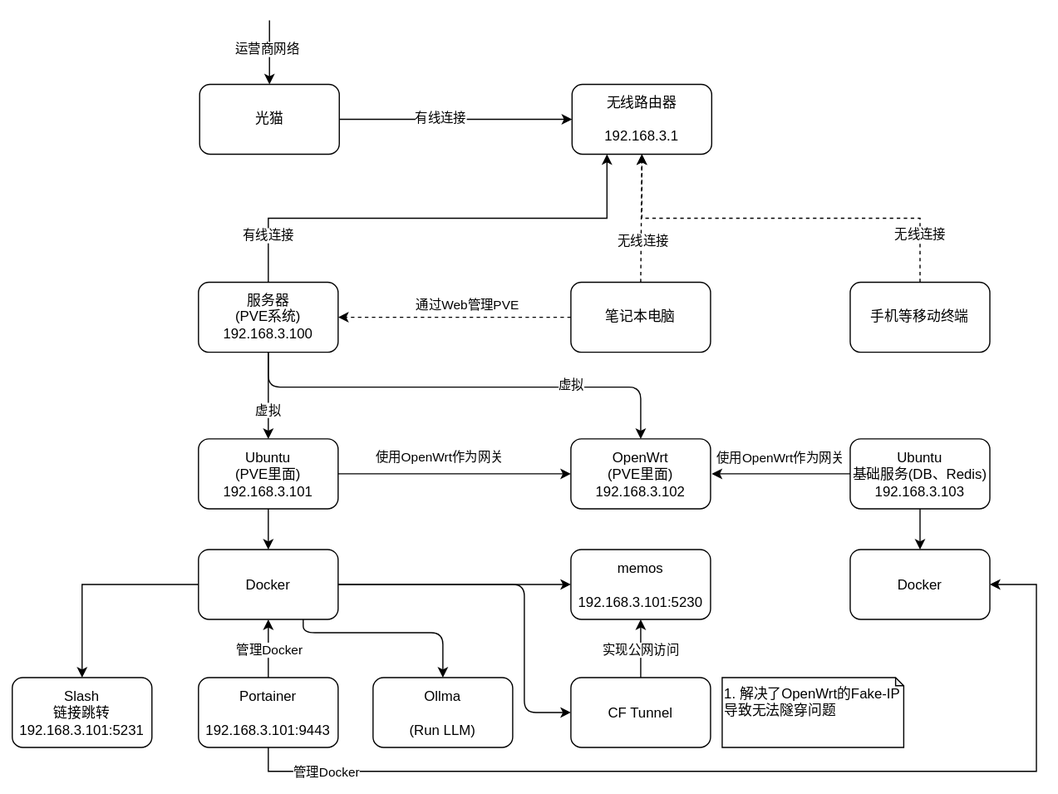
moatkon/moatkon keeps this draw.io diagram as public/homelab/Moatkon-HomeLab-Arch-Deploy-Details.drawio.svg. Above is the earlier version. Source tidied: cells renumbered, new cells last; positions are measured from the earlier drawing's top-left corner, leaving out a move shared by most shapes.
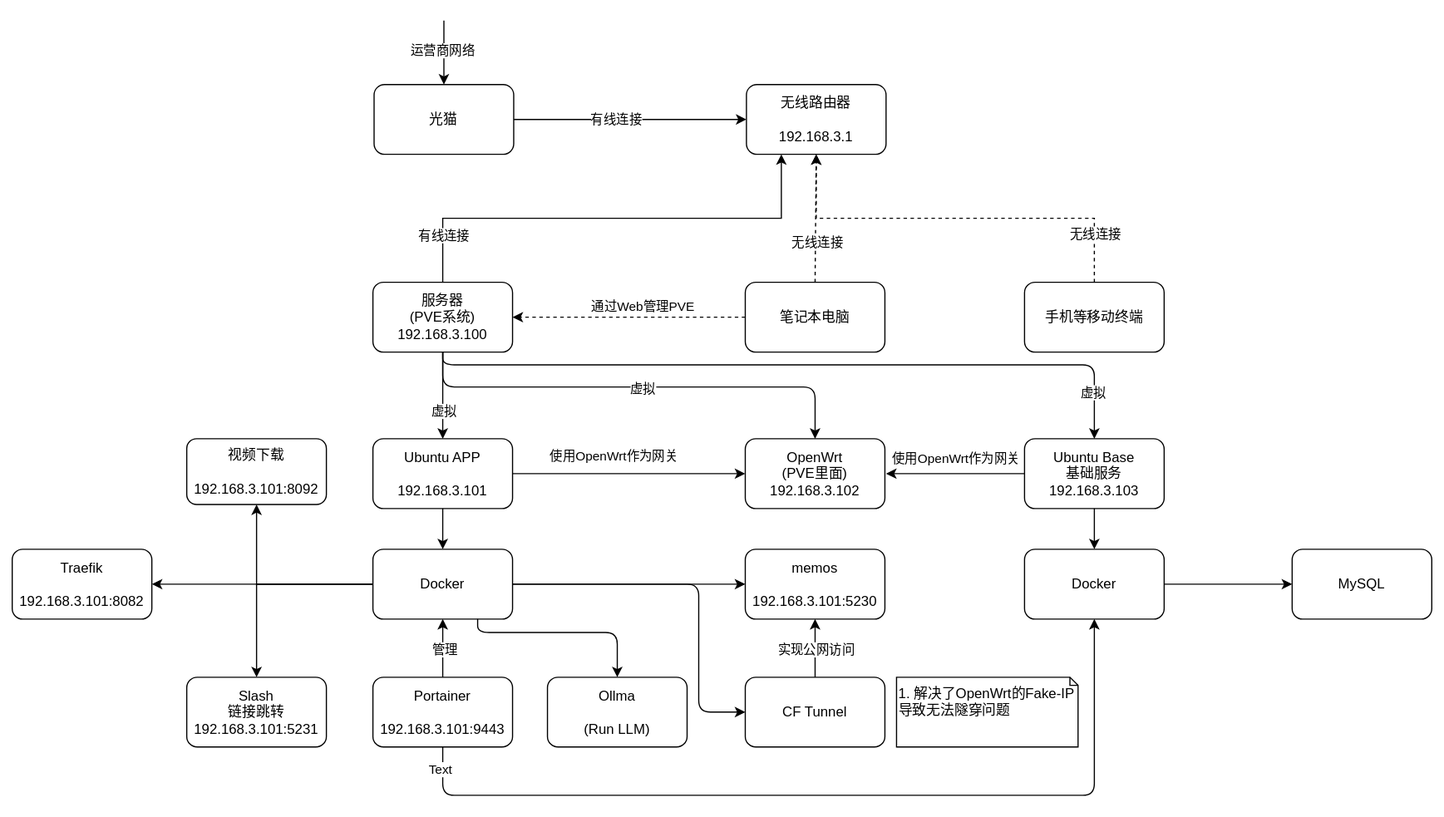
Above is the later version.

The edit, as a diff of the source:
```diff
@@ -77,9 +77,20 @@
     </mxCell>
     <mxCell id="22" value="&lt;span style=&quot;color: rgb(0, 0, 0);&quot;&gt;虚拟&lt;/span&gt;" style="edgeLabel;html=1;align=center;verticalAlign=middle;" parent="21" vertex="1">
       <mxGeometry x="0.18" y="3" relative="1" as="geometry">
-        <mxPoint x="57" y="1" as="offset" />
+        <mxPoint x="-32" y="4" as="offset" />
       </mxGeometry>
     </mxCell>
+    <mxCell id="52" style="edgeStyle=orthogonalEdgeStyle;rounded=1;jettySize=auto;html=1;exitX=0.5;exitY=1;exitDx=0;exitDy=0;entryX=0.5;entryY=0;entryDx=0;entryDy=0;curved=0;" parent="1" edge="1" source="23" target="47">
+      <mxGeometry relative="1" as="geometry">
+        <Array as="points">
+          <mxPoint x="220" y="296" />
+          <mxPoint x="780" y="296" />
+        </Array>
+      </mxGeometry>
+    </mxCell>
+    <mxCell id="53" value="虚拟" style="edgeLabel;html=1;align=center;verticalAlign=middle;" parent="52" vertex="1">
+      <mxGeometry x="0.87" y="-2" relative="1" as="geometry" />
+    </mxCell>
     <mxCell id="23" value="服务器&lt;br&gt;(PVE系统)&lt;br&gt;&lt;span style=&quot;color: rgb(0, 0, 0);&quot;&gt;192.168.3.100&lt;/span&gt;" style="rounded=1;whiteSpace=wrap;html=1;fillColor=none;" parent="1" vertex="1">
       <mxGeometry x="160" y="225" width="120" height="60" as="geometry" />
     </mxCell>
@@ -91,7 +102,7 @@
         <mxPoint x="23" y="-15" as="offset" />
       </mxGeometry>
     </mxCell>
-    <mxCell id="26" value="Ubuntu&lt;br&gt;(PVE里面)&lt;br&gt;&lt;span style=&quot;color: rgb(0, 0, 0);&quot;&gt;192.168.3.101&lt;/span&gt;" style="rounded=1;whiteSpace=wrap;html=1;fillColor=none;" parent="1" vertex="1">
+    <mxCell id="26" value="Ubuntu APP&lt;br&gt;&lt;br&gt;&lt;span style=&quot;color: rgb(0, 0, 0);&quot;&gt;192.168.3.101&lt;/span&gt;" style="rounded=1;whiteSpace=wrap;html=1;fillColor=none;" parent="1" vertex="1">
       <mxGeometry x="160" y="359.5" width="120" height="60" as="geometry" />
     </mxCell>
     <mxCell id="27" value="OpenWrt&lt;br&gt;(PVE里面)&lt;br&gt;&lt;span style=&quot;color: rgb(0, 0, 0);&quot;&gt;192.168.3.102&lt;/span&gt;" style="rounded=1;whiteSpace=wrap;html=1;fillColor=none;" parent="1" vertex="1">
@@ -111,7 +122,7 @@
     <mxCell id="30" style="edgeStyle=orthogonalEdgeStyle;rounded=0;jettySize=auto;html=1;exitX=0.5;exitY=1;exitDx=0;exitDy=0;entryX=0.5;entryY=0;entryDx=0;entryDy=0;startArrow=classic;startFill=1;endArrow=none;endFill=0;" parent="1" edge="1" source="34" target="40">
       <mxGeometry relative="1" as="geometry" />
     </mxCell>
-    <mxCell id="31" value="管理Docker" style="edgeLabel;html=1;align=center;verticalAlign=middle;" parent="30" vertex="1">
+    <mxCell id="31" value="管理" style="edgeLabel;html=1;align=center;verticalAlign=middle;" parent="30" vertex="1">
       <mxGeometry x="0.05" y="1" relative="1" as="geometry" />
     </mxCell>
     <mxCell id="32" style="edgeStyle=orthogonalEdgeStyle;html=1;exitX=0.75;exitY=1;exitDx=0;exitDy=0;entryX=0.5;entryY=0;entryDx=0;entryDy=0;" parent="1" edge="1" source="34" target="41">
@@ -125,6 +136,12 @@
     <mxCell id="33" style="edgeStyle=orthogonalEdgeStyle;rounded=0;jettySize=auto;html=1;exitX=0;exitY=0.5;exitDx=0;exitDy=0;entryX=0.5;entryY=0;entryDx=0;entryDy=0;" parent="1" edge="1" source="34" target="51">
       <mxGeometry relative="1" as="geometry" />
     </mxCell>
+    <mxCell id="54" style="edgeStyle=orthogonalEdgeStyle;rounded=0;jettySize=auto;html=1;exitX=0;exitY=0.5;exitDx=0;exitDy=0;" parent="1" edge="1" source="34" target="58">
+      <mxGeometry relative="1" as="geometry" />
+    </mxCell>
+    <mxCell id="55" style="edgeStyle=orthogonalEdgeStyle;rounded=0;jettySize=auto;html=1;exitX=0;exitY=0.5;exitDx=0;exitDy=0;entryX=0.5;entryY=1;entryDx=0;entryDy=0;" parent="1" edge="1" source="34" target="60">
+      <mxGeometry relative="1" as="geometry" />
+    </mxCell>
     <mxCell id="34" value="Docker" style="rounded=1;whiteSpace=wrap;html=1;fillColor=none;" parent="1" vertex="1">
       <mxGeometry x="160" y="454.5" width="120" height="60" as="geometry" />
     </mxCell>
@@ -142,15 +159,17 @@
         <mxPoint y="2" as="offset" />
       </mxGeometry>
     </mxCell>
-    <mxCell id="39" style="edgeStyle=orthogonalEdgeStyle;rounded=0;jettySize=auto;html=1;exitX=0.5;exitY=1;exitDx=0;exitDy=0;entryX=1;entryY=0.5;entryDx=0;entryDy=0;elbow=vertical;" parent="1" edge="1" source="40" target="49">
+    <mxCell id="39" style="edgeStyle=orthogonalEdgeStyle;rounded=1;jettySize=auto;html=1;exitX=0.5;exitY=1;exitDx=0;exitDy=0;curved=0;" parent="1" edge="1" source="40" target="49">
       <mxGeometry relative="1" as="geometry">
         <Array as="points">
-          <mxPoint x="220" y="645" />
-          <mxPoint x="880" y="645" />
-          <mxPoint x="880" y="485" />
+          <mxPoint x="220" y="666" />
+          <mxPoint x="780" y="666" />
         </Array>
       </mxGeometry>
     </mxCell>
+    <mxCell id="56" value="Text" style="edgeLabel;html=1;align=center;verticalAlign=middle;" parent="39" vertex="1">
+      <mxGeometry x="-0.95" y="-3" relative="1" as="geometry" />
+    </mxCell>
     <mxCell id="40" value="Portainer&lt;br&gt;&lt;br&gt;192.168.3.101:9443" style="whiteSpace=wrap;html=1;fillColor=none;rounded=1;" parent="1" vertex="1">
       <mxGeometry x="160" y="564.5" width="120" height="60" as="geometry" />
     </mxCell>
@@ -174,7 +193,10 @@
     <mxCell id="46" style="edgeStyle=orthogonalEdgeStyle;rounded=0;jettySize=auto;html=1;exitX=0.5;exitY=1;exitDx=0;exitDy=0;entryX=0.5;entryY=0;entryDx=0;entryDy=0;" parent="1" edge="1" source="47" target="49">
       <mxGeometry relative="1" as="geometry" />
     </mxCell>
+    <mxCell id="57" style="edgeStyle=orthogonalEdgeStyle;rounded=0;jettySize=auto;html=1;exitX=1;exitY=0.5;exitDx=0;exitDy=0;" parent="1" edge="1" source="49" target="59">
+      <mxGeometry relative="1" as="geometry" />
+    </mxCell>
-    <mxCell id="47" value="Ubuntu&lt;br&gt;基础服务(DB、Redis)&lt;br&gt;192.168.3.103" style="rounded=1;whiteSpace=wrap;html=1;fillColor=none;" parent="1" vertex="1">
+    <mxCell id="47" value="Ubuntu Base&lt;br&gt;基础服务&lt;br&gt;192.168.3.103" style="rounded=1;whiteSpace=wrap;html=1;fillColor=none;" parent="1" vertex="1">
       <mxGeometry x="720" y="359.5" width="120" height="60" as="geometry" />
     </mxCell>
     <mxCell id="48" value="使用OpenWrt作为网关" style="edgeLabel;html=1;align=center;verticalAlign=middle;" parent="1" vertex="1">
@@ -183,11 +205,17 @@
     <mxCell id="49" value="Docker" style="rounded=1;whiteSpace=wrap;html=1;fillColor=none;" parent="1" vertex="1">
       <mxGeometry x="720" y="454.5" width="120" height="60" as="geometry" />
     </mxCell>
-    <mxCell id="50" value="管理Docker" style="edgeLabel;html=1;align=center;verticalAlign=middle;" parent="1" vertex="1">
-      <mxGeometry x="270" y="646" as="geometry" />
-    </mxCell>
     <mxCell id="51" value="Slash&lt;br&gt;链接跳转&lt;br&gt;192.168.3.101:5231" style="rounded=1;whiteSpace=wrap;html=1;fillColor=none;" parent="1" vertex="1">
       <mxGeometry y="564.5" width="120" height="60" as="geometry" />
     </mxCell>
+    <mxCell id="58" value="Traefik&lt;br&gt;&lt;div&gt;&lt;br&gt;192.168.3.101:8082&lt;/div&gt;" style="rounded=1;whiteSpace=wrap;html=1;fillColor=none;" parent="1" vertex="1">
+      <mxGeometry x="-150" y="454.5" width="120" height="60" as="geometry" />
+    </mxCell>
+    <mxCell id="59" value="MySQL" style="whiteSpace=wrap;html=1;fillColor=none;rounded=1;" parent="1" vertex="1">
+      <mxGeometry x="950" y="454.5" width="120" height="60" as="geometry" />
+    </mxCell>
+    <mxCell id="60" value="视频下载&lt;br&gt;&lt;div&gt;&lt;br&gt;192.168.3.101:8092&lt;/div&gt;" style="rounded=1;whiteSpace=wrap;html=1;fillColor=none;" parent="1" vertex="1">
+      <mxGeometry y="359.5" width="120" height="56.5" as="geometry" />
+    </mxCell>
   </root>
 </mxGraphModel>
```
